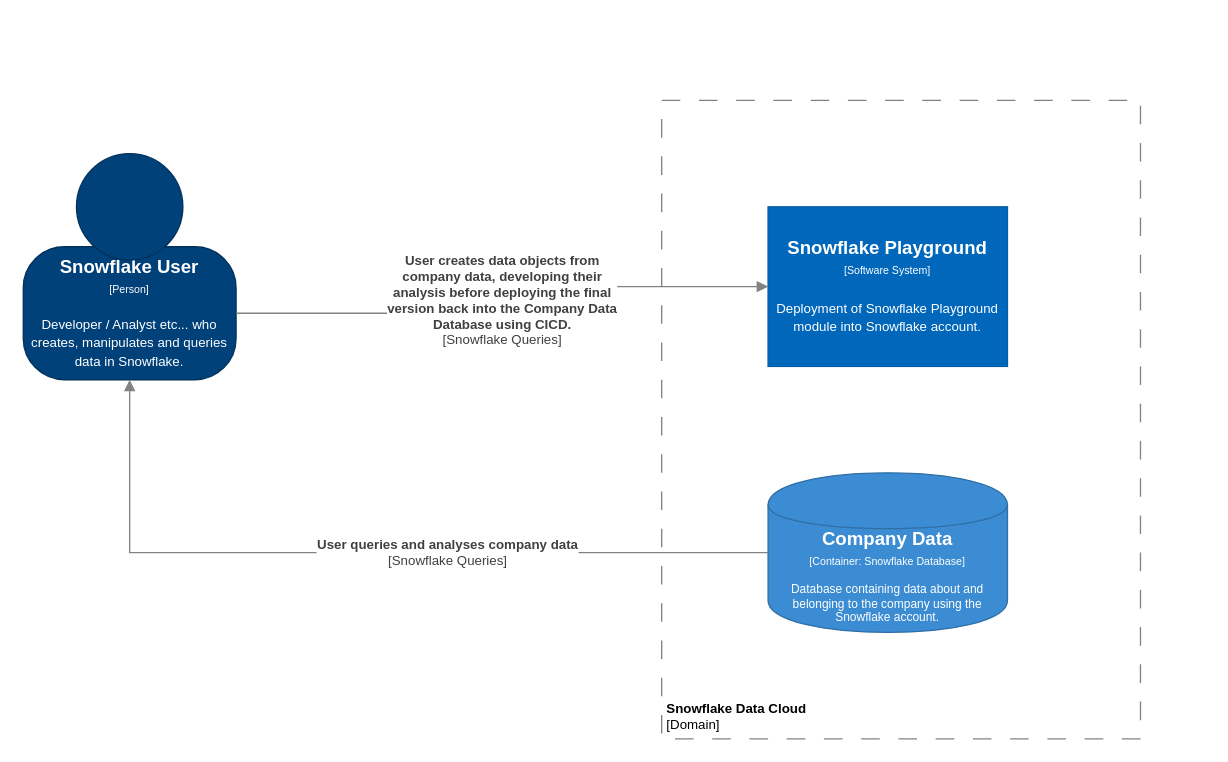
Above: page "context" (1 of 2) of images/c4-snowflake-playground.drawio in GoodhandSolutions/terraform-snowflake-playground (draw.io), before the change. Source tidied: cells renumbered, new cells numbered last; positions are measured from the earlier drawing's top-left corner, leaving out a move shared by most shapes. Both pictures are drawn from the tidied source at 133%, with x=0, y=0 at pixel (23, 100).
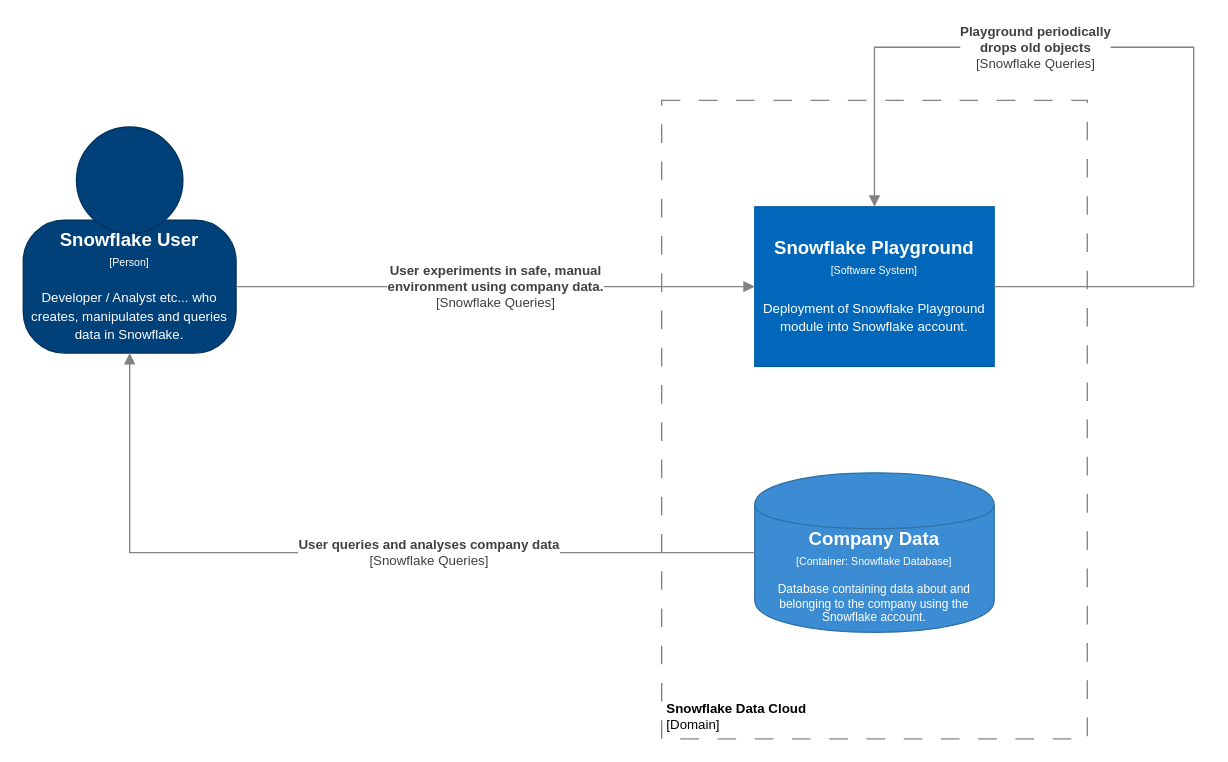
After the change.

Commit message (it also covers changes not shown here):
docs: add architectural documentation - Add detail on update_objects proc - Fix markdown lint errors

The edit, as a diff of the source:
```diff
@@
 <mxGraphModel>
   <root>
     <mxCell id="0" />
     <mxCell id="1" parent="0" />
     <object id="2" label="&lt;font style=&quot;font-size: 10px&quot;&gt;&lt;b&gt;%name%&lt;/b&gt;&lt;br style=&quot;font-size: 10px&quot;&gt;[Domain]&lt;/font&gt;" name="Snowflake Data Cloud" placeholders="1">
       <mxCell style="rounded=0;whiteSpace=wrap;html=1;strokeColor=#828282;fillColor=none;fontColor=#000000;align=left;labelPosition=center;verticalLabelPosition=middle;verticalAlign=bottom;dashed=1;strokeWidth=1;perimeterSpacing=0;spacing=4;spacingTop=0;fontSize=10;dashPattern=14 14;" parent="1" vertex="1">
-        <mxGeometry x="480" width="360" height="480" as="geometry" />
+        <mxGeometry x="480" width="320" height="480" as="geometry" />
       </mxCell>
     </object>
     <mxCell id="3" style="group;" parent="1" vertex="1">
-      <mxGeometry y="40" width="160" height="170" as="geometry" />
+      <mxGeometry y="20" width="160" height="170" as="geometry" />
     </mxCell>
     <object id="4" label="&lt;div style=&quot;color: rgb(255 , 255 , 255) ; white-space: normal&quot;&gt;&lt;span style=&quot;font-size: 14px&quot;&gt;&lt;b&gt;%name%&lt;/b&gt;&lt;/span&gt;&lt;/div&gt;&lt;div style=&quot;color: rgb(255 , 255 , 255) ; white-space: normal&quot;&gt;&lt;font style=&quot;font-size: 8px&quot;&gt;[Person]&lt;/font&gt;&lt;/div&gt;&lt;div style=&quot;color: rgb(255 , 255 , 255) ; white-space: normal ; font-size: 8px&quot;&gt;&lt;span style=&quot;font-size: x-small&quot;&gt;&lt;br&gt;&lt;/span&gt;&lt;/div&gt;&lt;div style=&quot;color: rgb(255 , 255 , 255) ; white-space: normal&quot;&gt;&lt;font size=&quot;1&quot;&gt;%description%&lt;/font&gt;&lt;/div&gt;" description="Developer / Analyst etc... who creates, manipulates and queries data in Snowflake." name="Snowflake User" placeholders="1">
       <mxCell style="rounded=1;whiteSpace=wrap;html=1;strokeColor=#00315C;fillColor=#004179;fontColor=#000000;arcSize=31;" parent="3" vertex="1">
         <mxGeometry y="70" width="160" height="100" as="geometry" />
       </mxCell>
     </object>
     <mxCell id="5" style="ellipse;whiteSpace=wrap;html=1;strokeColor=#00315C;fillColor=#004179;fontColor=#000000;" parent="3" vertex="1">
       <mxGeometry x="40" width="80" height="80" as="geometry" />
     </mxCell>
     <object id="6" label="&lt;div&gt;&lt;span style=&quot;font-size: 14px&quot;&gt;&lt;b&gt;%name%&lt;/b&gt;&lt;/span&gt;&lt;/div&gt;&lt;div&gt;&lt;span style=&quot;font-size: 8px&quot;&gt;[Software System]&lt;/span&gt;&lt;/div&gt;&lt;div&gt;&lt;span style=&quot;font-size: 8px&quot;&gt;&lt;br&gt;&lt;/span&gt;&lt;/div&gt;&lt;div&gt;&lt;font size=&quot;1&quot;&gt;%description%&lt;/font&gt;&lt;/div&gt;" description="Deployment of Snowflake Playground module into Snowflake account." name="Snowflake Playground" placeholders="1">
       <mxCell style="rounded=0;whiteSpace=wrap;html=1;fillColor=#0067BA;fontColor=#FFFFFF;strokeColor=#005DA8;" parent="1" vertex="1">
-        <mxGeometry x="560" y="80" width="180" height="120" as="geometry" />
+        <mxGeometry x="550" y="80" width="180" height="120" as="geometry" />
       </mxCell>
     </object>
     <object id="7" label="&lt;div style=&quot;color: rgb(255 , 255 , 255) ; white-space: normal&quot;&gt;&lt;span style=&quot;font-size: 14px&quot;&gt;&lt;b&gt;%name%&lt;/b&gt;&lt;/span&gt;&lt;/div&gt;&lt;div style=&quot;color: rgb(255 , 255 , 255) ; font-size: 12px ; white-space: normal&quot;&gt;&lt;font style=&quot;font-size: 8px&quot;&gt;[Container: %technology%]&lt;/font&gt;&lt;/div&gt;&lt;div style=&quot;color: rgb(255 , 255 , 255) ; white-space: normal ; font-size: 8px&quot;&gt;&lt;font style=&quot;line-height: 9.6px&quot;&gt;&lt;br&gt;&lt;/font&gt;&lt;/div&gt;&lt;div style=&quot;color: rgb(255 , 255 , 255) ; white-space: normal&quot;&gt;%description%&lt;/div&gt;" description="Database containing data about and belonging to the company using the Snowflake account." name="Company Data" placeholders="1" technology="Snowflake Database">
       <mxCell style="shape=cylinder;whiteSpace=wrap;html=1;boundedLbl=1;backgroundOutline=1;strokeColor=#2F6FA6;strokeWidth=1;fillColor=#3B8CD2;fontSize=9;fontColor=#000000;align=center;" parent="1" vertex="1">
-        <mxGeometry x="560" y="280" width="180" height="120" as="geometry" />
+        <mxGeometry x="550" y="280" width="180" height="120" as="geometry" />
       </mxCell>
     </object>
     <object id="8" label="&lt;span style=&quot;font-size: 10px&quot;&gt;&lt;b&gt;%name%&lt;/b&gt;&lt;br&gt;[%technology%]&lt;br&gt;&lt;/span&gt;" name="User queries and analyses company data" placeholders="1" technology="Snowflake Queries">
       <mxCell style="endArrow=block;html=1;fontSize=10;fontColor=#404040;strokeWidth=1;endFill=1;strokeColor=#828282;elbow=vertical;rounded=0;entryX=0.5;entryY=1;entryDx=0;entryDy=0;exitX=0;exitY=0.5;exitDx=0;exitDy=0;edgeStyle=orthogonalEdgeStyle;" parent="1" edge="1" source="7" target="4">
         <mxGeometry x="-0.21" relative="1" as="geometry" />
       </mxCell>
     </object>
-    <object id="9" label="&lt;span style=&quot;font-size: 10px&quot;&gt;&lt;b&gt;%name%&lt;/b&gt;&lt;br&gt;[%technology%]&lt;br&gt;&lt;/span&gt;" name="User creates data objects from&#10;company data, developing their&#10;analysis before deploying the final&#10;version back into the Company Data&#10;Database using CICD." placeholders="1" technology="Snowflake Queries">
+    <object id="9" label="&lt;span style=&quot;font-size: 10px&quot;&gt;&lt;b&gt;%name%&lt;/b&gt;&lt;br&gt;[%technology%]&lt;br&gt;&lt;/span&gt;" name="User experiments in safe, manual&#10;environment using company data." placeholders="1" technology="Snowflake Queries">
       <mxCell style="endArrow=block;html=1;fontSize=10;fontColor=#404040;strokeWidth=1;endFill=1;strokeColor=#828282;elbow=vertical;rounded=0;entryX=0;entryY=0.5;entryDx=0;entryDy=0;exitX=1;exitY=0.5;exitDx=0;exitDy=0;edgeStyle=orthogonalEdgeStyle;" parent="1" edge="1" source="4" target="6">
         <mxGeometry relative="1" as="geometry" />
       </mxCell>
     </object>
+    <object id="10" label="&lt;span style=&quot;font-size: 10px&quot;&gt;&lt;b&gt;%name%&lt;/b&gt;&lt;br&gt;[%technology%]&lt;br&gt;&lt;/span&gt;" name="Playground periodically&#10;drops old objects" placeholders="1" technology="Snowflake Queries">
+      <mxCell style="endArrow=block;html=1;fontSize=10;fontColor=#404040;strokeWidth=1;endFill=1;strokeColor=#828282;elbow=vertical;rounded=0;entryX=0.5;entryY=0;entryDx=0;entryDy=0;exitX=1;exitY=0.5;exitDx=0;exitDy=0;edgeStyle=orthogonalEdgeStyle;" parent="1" edge="1" source="6" target="6">
+        <mxGeometry x="0.3" relative="1" as="geometry">
+          <Array as="points">
+            <mxPoint x="880" y="140" />
+            <mxPoint x="880" y="-40" />
+            <mxPoint x="640" y="-40" />
+          </Array>
+        </mxGeometry>
+      </mxCell>
+    </object>
   </root>
 </mxGraphModel>
```
